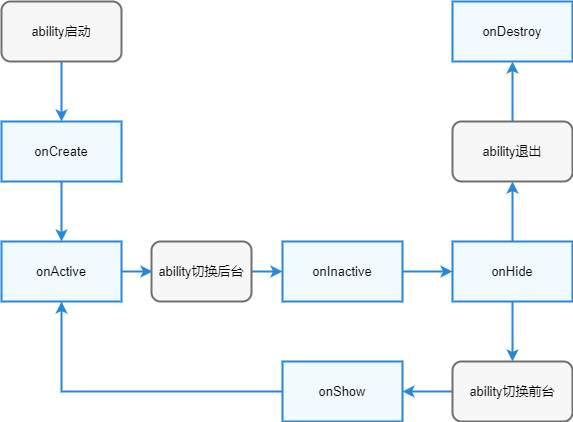
Above: zh-cn/application-dev/ability/figures/fa-pageAbility-lifecycle.png in openharmony/docs (draw.io), before the change. Source tidied: cells renumbered, new cells last; positions are measured from the earlier drawing's top-left corner, leaving out a move shared by most shapes.
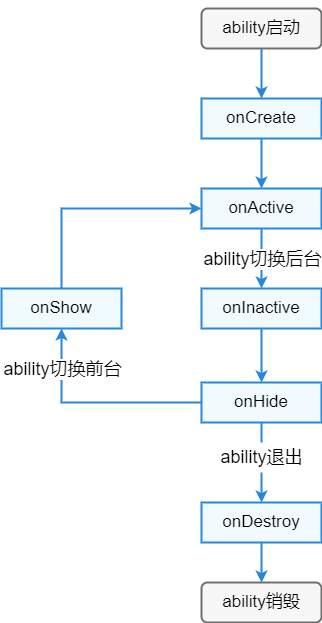
The same file after the commit.

Commit message:
IssueNo: #I59P5A Description: fix ability docs err Sig: SIG_ApplicationFramework Feature or Bugfix: Feature Binary Source: No Signed-off-by: guyuanzhang <zhangguyuan@huawei.com>

Change to the diagram source:
```diff
@@ -2,75 +2,76 @@
   <root>
     <mxCell id="0" />
     <mxCell id="1" parent="0" />
-    <mxCell id="2" style="edgeStyle=orthogonalEdgeStyle;rounded=0;jettySize=auto;html=1;strokeWidth=2;strokeColor=#2787d9;fontSize=13;" parent="1" edge="1" source="3" target="13">
+    <mxCell id="2" style="edgeStyle=orthogonalEdgeStyle;rounded=0;jettySize=auto;html=1;strokeWidth=2;strokeColor=#2787d9;fontSize=17;" parent="1" edge="1" source="3" target="13">
       <mxGeometry relative="1" as="geometry" />
     </mxCell>
-    <mxCell id="3" value="onCreate" style="rounded=0;whiteSpace=wrap;html=1;strokeWidth=2;fillColor=#f0faff;strokeColor=#2787d9;fontSize=13;" parent="1" vertex="1">
-      <mxGeometry y="120" width="120" height="60" as="geometry" />
+    <mxCell id="3" value="onCreate" style="rounded=0;whiteSpace=wrap;html=1;strokeWidth=2;fillColor=#f0faff;strokeColor=#2787d9;fontSize=17;" parent="1" vertex="1">
+      <mxGeometry y="180" width="120" height="40" as="geometry" />
     </mxCell>
-    <mxCell id="4" style="edgeStyle=orthogonalEdgeStyle;rounded=0;jettySize=auto;html=1;entryX=0.5;entryY=1;entryDx=0;entryDy=0;strokeWidth=2;strokeColor=#2787d9;fontSize=13;" parent="1" edge="1" source="5" target="13">
+    <mxCell id="4" style="edgeStyle=orthogonalEdgeStyle;rounded=0;jettySize=auto;html=1;fontSize=17;fontColor=#FFFFFF;strokeColor=#2787D9;strokeWidth=2;entryX=0;entryY=0.5;entryDx=0;entryDy=0;exitX=0.5;exitY=0;exitDx=0;exitDy=0;" parent="1" edge="1" source="5" target="13">
       <mxGeometry relative="1" as="geometry" />
     </mxCell>
-    <mxCell id="5" value="onShow" style="rounded=0;whiteSpace=wrap;html=1;strokeWidth=2;fillColor=#f0faff;strokeColor=#2787d9;fontSize=13;" parent="1" vertex="1">
-      <mxGeometry x="281" y="360" width="120" height="60" as="geometry" />
+    <mxCell id="5" value="onShow" style="rounded=0;whiteSpace=wrap;html=1;strokeWidth=2;fillColor=#f0faff;strokeColor=#2787d9;fontSize=17;" parent="1" vertex="1">
+      <mxGeometry x="-200" y="370" width="120" height="40" as="geometry" />
     </mxCell>
-    <mxCell id="6" style="edgeStyle=orthogonalEdgeStyle;rounded=0;jettySize=auto;html=1;strokeWidth=2;strokeColor=#2787d9;fontSize=13;" parent="1" edge="1" source="8">
-      <mxGeometry relative="1" as="geometry">
-        <mxPoint x="511" y="180" as="targetPoint" />
-      </mxGeometry>
-    </mxCell>
-    <mxCell id="7" style="edgeStyle=orthogonalEdgeStyle;rounded=0;jettySize=auto;html=1;strokeWidth=2;strokeColor=#2787d9;fontSize=13;" parent="1" edge="1" source="8">
-      <mxGeometry relative="1" as="geometry">
-        <mxPoint x="511" y="360" as="targetPoint" />
-      </mxGeometry>
-    </mxCell>
+    <mxCell id="22" style="edgeStyle=orthogonalEdgeStyle;rounded=0;jettySize=auto;html=1;strokeColor=#2787D9;strokeWidth=2;entryX=0.5;entryY=0;entryDx=0;entryDy=0;startArrow=none;fontSize=17;" parent="1" edge="1" source="19" target="9">
+      <mxGeometry relative="1" as="geometry" />
+    </mxCell>
+    <mxCell id="23" style="edgeStyle=orthogonalEdgeStyle;rounded=0;jettySize=auto;html=1;strokeColor=#2787D9;strokeWidth=2;entryX=0.5;entryY=1;entryDx=0;entryDy=0;fontSize=17;" parent="1" edge="1" source="8" target="5">
+      <mxGeometry relative="1" as="geometry" />
+    </mxCell>
+    <mxCell id="21" value="&lt;span style=&quot;font-size: 18px;&quot;&gt;ability切换前台&lt;/span&gt;" style="edgeLabel;html=1;align=center;verticalAlign=middle;points=[];fontSize=18;labelBackgroundColor=default;" parent="23" vertex="1">
+      <mxGeometry x="0.13" y="-1" relative="1" as="geometry">
+        <mxPoint x="-19" y="-33" as="offset" />
+      </mxGeometry>
+    </mxCell>
-    <mxCell id="8" value="onHide" style="rounded=0;whiteSpace=wrap;html=1;strokeWidth=2;fillColor=#f0faff;strokeColor=#2787d9;fontSize=13;" parent="1" vertex="1">
-      <mxGeometry x="451" y="240" width="120" height="60" as="geometry" />
+    <mxCell id="8" value="onHide" style="rounded=0;whiteSpace=wrap;html=1;strokeWidth=2;fillColor=#f0faff;strokeColor=#2787d9;fontSize=17;" parent="1" vertex="1">
+      <mxGeometry y="464" width="120" height="40" as="geometry" />
     </mxCell>
+    <mxCell id="24" style="edgeStyle=orthogonalEdgeStyle;rounded=0;jettySize=auto;html=1;fontSize=17;fontColor=#FFFFFF;strokeColor=#2787D9;strokeWidth=2;" parent="1" edge="1" source="9" target="28">
+      <mxGeometry relative="1" as="geometry" />
+    </mxCell>
-    <mxCell id="9" value="onDestroy" style="rounded=0;whiteSpace=wrap;html=1;strokeWidth=2;fillColor=#f0faff;strokeColor=#2787d9;fontSize=13;" parent="1" vertex="1">
-      <mxGeometry x="451" width="120" height="60" as="geometry" />
+    <mxCell id="9" value="onDestroy" style="rounded=0;whiteSpace=wrap;html=1;strokeWidth=2;fillColor=#f0faff;strokeColor=#2787d9;fontSize=17;" parent="1" vertex="1">
+      <mxGeometry y="584" width="120" height="40" as="geometry" />
     </mxCell>
-    <mxCell id="10" style="edgeStyle=orthogonalEdgeStyle;rounded=0;jettySize=auto;html=1;strokeWidth=2;strokeColor=#2787d9;fontSize=13;" parent="1" edge="1" source="11" target="8">
-      <mxGeometry relative="1" as="geometry" />
-    </mxCell>
+    <mxCell id="25" style="edgeStyle=orthogonalEdgeStyle;rounded=0;jettySize=auto;html=1;fontSize=17;fontColor=#FFFFFF;strokeColor=#2787D9;strokeWidth=2;" parent="1" edge="1" target="8">
+      <mxGeometry relative="1" as="geometry">
+        <mxPoint x="60" y="404" as="sourcePoint" />
+      </mxGeometry>
+    </mxCell>
-    <mxCell id="11" value="onInactive" style="rounded=0;whiteSpace=wrap;html=1;strokeWidth=2;fillColor=#f0faff;strokeColor=#2787d9;fontSize=13;" parent="1" vertex="1">
-      <mxGeometry x="281" y="240" width="120" height="60" as="geometry" />
+    <mxCell id="11" value="onInactive" style="rounded=0;whiteSpace=wrap;html=1;strokeWidth=2;fillColor=#f0faff;strokeColor=#2787d9;fontSize=17;" parent="1" vertex="1">
+      <mxGeometry y="370" width="120" height="40" as="geometry" />
     </mxCell>
-    <mxCell id="12" style="edgeStyle=orthogonalEdgeStyle;rounded=0;jettySize=auto;html=1;strokeWidth=2;strokeColor=#2787d9;fontSize=13;" parent="1" edge="1" source="13">
-      <mxGeometry relative="1" as="geometry">
-        <mxPoint x="151" y="270" as="targetPoint" />
-      </mxGeometry>
-    </mxCell>
+    <mxCell id="26" style="edgeStyle=orthogonalEdgeStyle;rounded=0;jettySize=auto;html=1;strokeColor=#2787D9;strokeWidth=2;fontSize=17;" parent="1" edge="1" source="13" target="11">
+      <mxGeometry relative="1" as="geometry">
+        <Array as="points">
+          <mxPoint x="60" y="330" />
+          <mxPoint x="60" y="330" />
+        </Array>
+      </mxGeometry>
+    </mxCell>
-    <mxCell id="13" value="onActive" style="rounded=0;whiteSpace=wrap;html=1;strokeWidth=2;fillColor=#f0faff;strokeColor=#2787d9;fontSize=13;" parent="1" vertex="1">
-      <mxGeometry y="240" width="120" height="60" as="geometry" />
+    <mxCell id="13" value="onActive" style="rounded=0;whiteSpace=wrap;html=1;strokeWidth=2;fillColor=#f0faff;strokeColor=#2787d9;fontSize=17;" parent="1" vertex="1">
+      <mxGeometry y="270" width="120" height="40" as="geometry" />
     </mxCell>
-    <mxCell id="14" style="edgeStyle=orthogonalEdgeStyle;rounded=0;jettySize=auto;html=1;strokeWidth=2;strokeColor=#2787d9;fontSize=13;" parent="1" edge="1" target="3">
+    <mxCell id="14" style="edgeStyle=orthogonalEdgeStyle;rounded=0;jettySize=auto;html=1;strokeWidth=2;strokeColor=#2787d9;fontSize=17;" parent="1" edge="1" target="3">
       <mxGeometry relative="1" as="geometry">
-        <mxPoint x="60" y="60" as="sourcePoint" />
+        <mxPoint x="60" y="90" as="sourcePoint" />
       </mxGeometry>
     </mxCell>
-    <mxCell id="15" style="edgeStyle=orthogonalEdgeStyle;rounded=0;jettySize=auto;html=1;strokeWidth=2;strokeColor=#2787d9;fontSize=13;" parent="1" edge="1" target="9">
-      <mxGeometry relative="1" as="geometry">
-        <mxPoint x="511" y="120" as="sourcePoint" />
-      </mxGeometry>
-    </mxCell>
-    <mxCell id="16" value="&lt;span style=&quot;font-size: 13px;&quot;&gt;ability启动&lt;/span&gt;" style="rounded=1;whiteSpace=wrap;html=1;strokeWidth=2;fillColor=#f7f7f7;strokeColor=#707070;fontSize=13;" parent="1" vertex="1">
-      <mxGeometry width="120" height="60" as="geometry" />
+    <mxCell id="16" value="&lt;span style=&quot;font-size: 17px;&quot;&gt;ability启动&lt;/span&gt;" style="rounded=1;whiteSpace=wrap;html=1;strokeWidth=2;fillColor=#f7f7f7;strokeColor=#707070;fontSize=17;" parent="1" vertex="1">
+      <mxGeometry y="90" width="120" height="40" as="geometry" />
     </mxCell>
-    <mxCell id="17" style="edgeStyle=orthogonalEdgeStyle;rounded=0;jettySize=auto;html=1;strokeWidth=2;strokeColor=#2787d9;fontSize=13;" parent="1" edge="1" source="18" target="11">
-      <mxGeometry relative="1" as="geometry" />
-    </mxCell>
+    <mxCell id="19" value="&lt;span style=&quot;color: rgb(0, 0, 0); font-size: 18px;&quot;&gt;ability退出&lt;/span&gt;" style="text;html=1;align=center;verticalAlign=middle;points=[];fillColor=none;strokeColor=none;rounded=0;labelBackgroundColor=none;fontSize=18;fontColor=#FFFFFF;" parent="1" vertex="1">
+      <mxGeometry x="10" y="524" width="100" height="30" as="geometry" />
+    </mxCell>
+    <mxCell id="27" style="edgeStyle=orthogonalEdgeStyle;rounded=0;jettySize=auto;html=1;strokeColor=#2787D9;strokeWidth=2;entryX=0.5;entryY=0;entryDx=0;entryDy=0;endArrow=none;fontSize=17;" parent="1" edge="1" source="8" target="19">
+      <mxGeometry relative="1" as="geometry" />
+    </mxCell>
+    <mxCell id="28" value="&lt;span style=&quot;font-size: 17px;&quot;&gt;ability销毁&lt;/span&gt;" style="rounded=1;whiteSpace=wrap;html=1;strokeWidth=2;fillColor=#f7f7f7;strokeColor=#707070;fontSize=17;" parent="1" vertex="1">
+      <mxGeometry y="664" width="120" height="40" as="geometry" />
+    </mxCell>
-    <mxCell id="18" value="ability切换后台" style="rounded=1;whiteSpace=wrap;html=1;strokeWidth=2;fillColor=#f7f7f7;strokeColor=#707070;fontSize=13;" parent="1" vertex="1">
-      <mxGeometry x="150" y="240" width="100" height="60" as="geometry" />
+    <mxCell id="18" value="&lt;span style=&quot;font-size: 18px;&quot;&gt;ability切换后台&lt;/span&gt;" style="edgeLabel;html=1;align=center;verticalAlign=middle;points=[];fontSize=18;labelBackgroundColor=default;" parent="1" vertex="1">
+      <mxGeometry x="60" y="340" as="geometry" />
     </mxCell>
-    <mxCell id="19" value="ability退出" style="rounded=1;whiteSpace=wrap;html=1;strokeWidth=2;fillColor=#f7f7f7;strokeColor=#707070;fontSize=13;" parent="1" vertex="1">
-      <mxGeometry x="451" y="120" width="120" height="60" as="geometry" />
-    </mxCell>
-    <mxCell id="20" style="edgeStyle=orthogonalEdgeStyle;rounded=0;jettySize=auto;html=1;strokeWidth=2;strokeColor=#2787d9;fontSize=13;" parent="1" edge="1" source="21" target="5">
-      <mxGeometry relative="1" as="geometry" />
-    </mxCell>
-    <mxCell id="21" value="&lt;span style=&quot;font-size: 13px&quot;&gt;ability切换前台&lt;/span&gt;" style="rounded=1;whiteSpace=wrap;html=1;strokeWidth=2;fillColor=#f7f7f7;strokeColor=#707070;fontSize=13;" parent="1" vertex="1">
-      <mxGeometry x="451" y="360" width="120" height="60" as="geometry" />
-    </mxCell>
   </root>
 </mxGraphModel>
```
